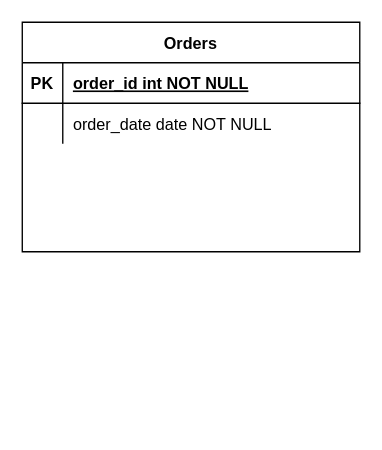
Before: carteirinha aluno modelagem.drawio in Djalma0multfacil/carteirinha_modelagem, a draw.io diagram. Source tidied: cells renumbered, new cells numbered last; positions are measured from the earlier drawing's top-left corner, leaving out a move shared by most shapes. Both pictures are drawn from the tidied source at 135%, with x=0, y=0 at pixel (22, 22).
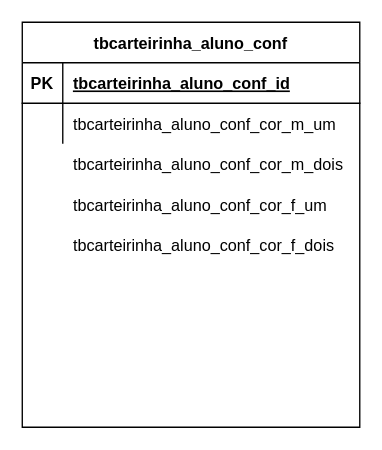
The same page after the edit.

Change to the diagram source:
```diff
@@
 <mxGraphModel>
   <root>
     <mxCell id="0" />
     <mxCell id="1" parent="0" />
-    <mxCell id="2" value="Orders" style="shape=table;startSize=30;childLayout=tableLayout;rowLines=0;fontStyle=1;align=center;" parent="1" vertex="1">
-      <mxGeometry width="250" height="170" as="geometry" />
+    <mxCell id="2" value="tbcarteirinha_aluno_conf" style="shape=table;startSize=30;childLayout=tableLayout;rowLines=0;fontStyle=1;align=center;" parent="1" vertex="1">
+      <mxGeometry width="250" height="300" as="geometry" />
     </mxCell>
     <mxCell id="3" style="shape=partialRectangle;fillColor=none;top=0;left=0;right=0;bottom=1;" parent="2" vertex="1">
       <mxGeometry y="30" width="250" height="30" as="geometry" />
     </mxCell>
     <mxCell id="4" value="PK" style="shape=partialRectangle;overflow=hidden;fillColor=none;top=0;left=0;bottom=0;right=0;fontStyle=1;" parent="3" vertex="1">
       <mxGeometry width="30" height="30" as="geometry" />
     </mxCell>
-    <mxCell id="5" value="order_id int NOT NULL " style="shape=partialRectangle;overflow=hidden;fillColor=none;top=0;left=0;bottom=0;right=0;align=left;spacingLeft=6;fontStyle=5;" parent="3" vertex="1">
+    <mxCell id="5" value="tbcarteirinha_aluno_conf_id" style="shape=partialRectangle;overflow=hidden;fillColor=none;top=0;left=0;bottom=0;right=0;align=left;spacingLeft=6;fontStyle=5;" parent="3" vertex="1">
       <mxGeometry x="30" width="220" height="30" as="geometry" />
     </mxCell>
     <mxCell id="6" style="shape=partialRectangle;fillColor=none;top=0;left=0;right=0;bottom=0;" parent="2" vertex="1">
       <mxGeometry y="60" width="250" height="30" as="geometry" />
     </mxCell>
     <mxCell id="7" style="shape=partialRectangle;overflow=hidden;fillColor=none;top=0;left=0;bottom=0;right=0;" parent="6" vertex="1">
       <mxGeometry width="30" height="30" as="geometry" />
     </mxCell>
-    <mxCell id="8" value="order_date date NOT NULL" style="shape=partialRectangle;overflow=hidden;fillColor=none;top=0;left=0;bottom=0;right=0;align=left;spacingLeft=6;" parent="6" vertex="1">
+    <mxCell id="8" value="tbcarteirinha_aluno_conf_cor_m_um" style="shape=partialRectangle;overflow=hidden;fillColor=none;top=0;left=0;bottom=0;right=0;align=left;spacingLeft=6;" parent="6" vertex="1">
       <mxGeometry x="30" width="220" height="30" as="geometry" />
     </mxCell>
+    <mxCell id="9" style="shape=partialRectangle;fillColor=none;top=0;left=0;right=0;bottom=0;" parent="1" vertex="1">
+      <mxGeometry y="90" width="250" height="30" as="geometry" />
+    </mxCell>
+    <mxCell id="10" style="shape=partialRectangle;overflow=hidden;fillColor=none;top=0;left=0;bottom=0;right=0;" parent="9" vertex="1">
+      <mxGeometry width="30" height="30" as="geometry" />
+    </mxCell>
+    <mxCell id="11" value="tbcarteirinha_aluno_conf_cor_m_dois" style="shape=partialRectangle;overflow=hidden;fillColor=none;top=0;left=0;bottom=0;right=0;align=left;spacingLeft=6;" parent="9" vertex="1">
+      <mxGeometry x="30" width="220" height="30" as="geometry" />
+    </mxCell>
+    <mxCell id="12" style="shape=partialRectangle;fillColor=none;top=0;left=0;right=0;bottom=0;" parent="1" vertex="1">
+      <mxGeometry y="120" width="250" height="30" as="geometry" />
+    </mxCell>
+    <mxCell id="13" style="shape=partialRectangle;overflow=hidden;fillColor=none;top=0;left=0;bottom=0;right=0;" parent="12" vertex="1">
+      <mxGeometry width="30" height="30" as="geometry" />
+    </mxCell>
+    <mxCell id="14" value="tbcarteirinha_aluno_conf_cor_f_um" style="shape=partialRectangle;overflow=hidden;fillColor=none;top=0;left=0;bottom=0;right=0;align=left;spacingLeft=6;" parent="12" vertex="1">
+      <mxGeometry x="30" width="220" height="30" as="geometry" />
+    </mxCell>
+    <mxCell id="15" style="shape=partialRectangle;fillColor=none;top=0;left=0;right=0;bottom=0;" parent="1" vertex="1">
+      <mxGeometry y="150" width="250" height="30" as="geometry" />
+    </mxCell>
+    <mxCell id="16" style="shape=partialRectangle;overflow=hidden;fillColor=none;top=0;left=0;bottom=0;right=0;" parent="15" vertex="1">
+      <mxGeometry width="30" height="30" as="geometry" />
+    </mxCell>
+    <mxCell id="17" value="tbcarteirinha_aluno_conf_cor_f_dois" style="shape=partialRectangle;overflow=hidden;fillColor=none;top=0;left=0;bottom=0;right=0;align=left;spacingLeft=6;" parent="15" vertex="1">
+      <mxGeometry x="30" width="220" height="30" as="geometry" />
+    </mxCell>
   </root>
 </mxGraphModel>
```
